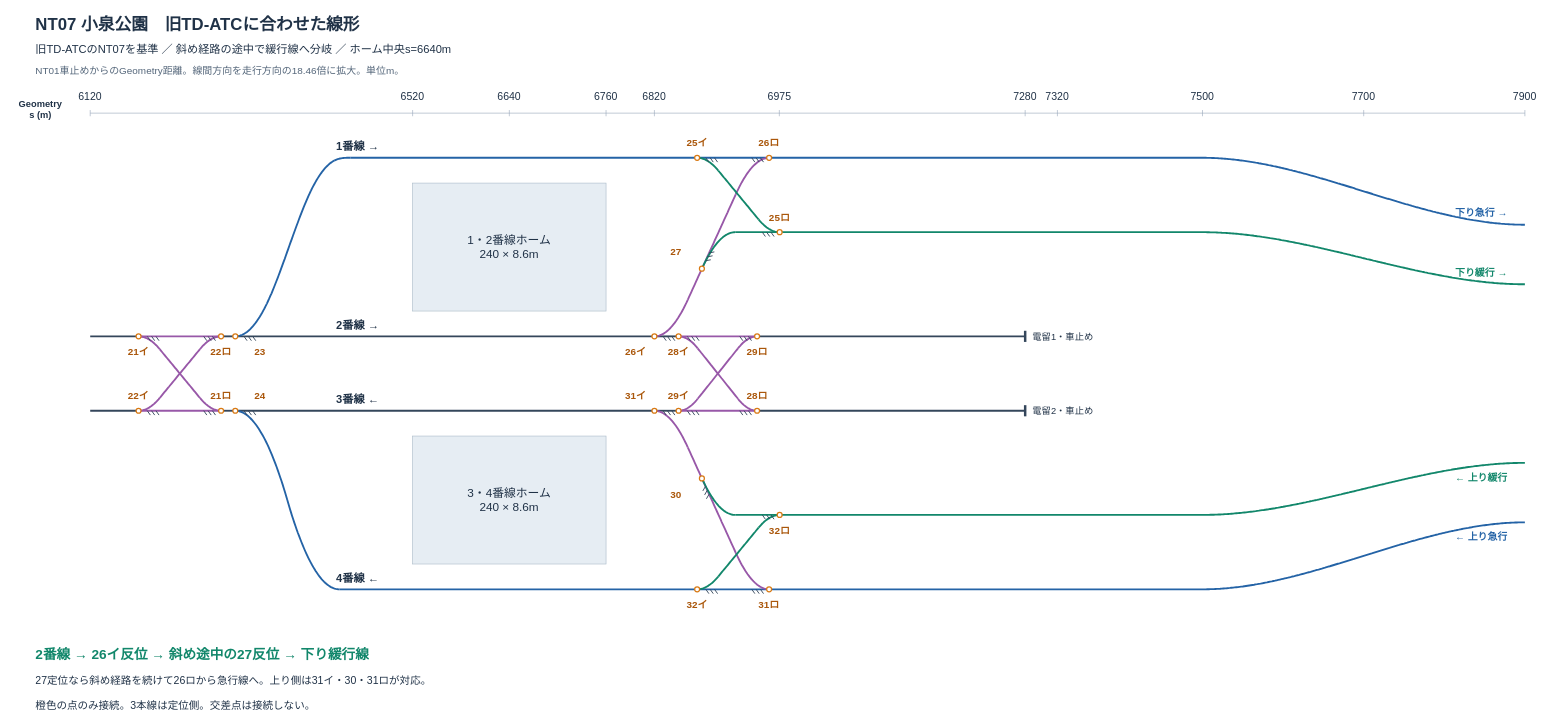
The draw.io diagram page "NT07 01 全体" (1 of 2) of Documentation/Track/NtLine/Alignment/NT07/NT07線形図.drawio in neko3141592/Nakatetsu, before the edit. Source tidied: cells renumbered, new cells numbered last; positions are measured from the earlier drawing's top-left corner, leaving out a move shared by most shapes. Both pictures are drawn from the tidied source at 62%, with x=0, y=0 at pixel (11, 11).
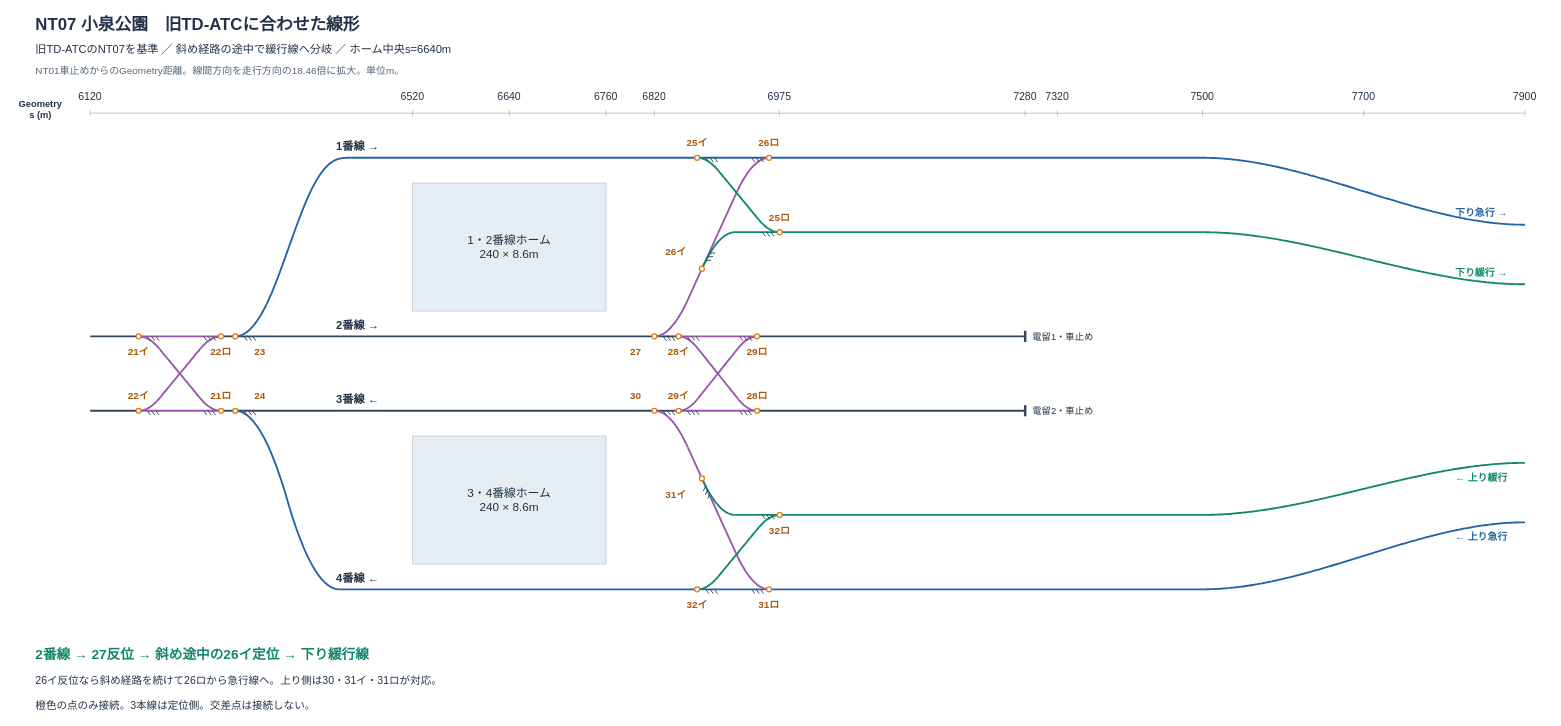
The same diagram, later.

What changed in the source:
```diff
@@
-    <mxCell id="114" value="26イ" style="text;html=0;whiteSpace=wrap;overflow=hidden;strokeColor=none;fillColor=none;align=center;verticalAlign=middle;fontFamily=Hiragino Sans;fontColor=#aa570b;fontSize=16;fontStyle=1;" parent="1" vertex="1">
+    <mxCell id="114" value="27" style="text;html=0;whiteSpace=wrap;overflow=hidden;strokeColor=none;fillColor=none;align=center;verticalAlign=middle;fontFamily=Hiragino Sans;fontColor=#aa570b;fontSize=16;fontStyle=1;" parent="1" vertex="1">
       <mxGeometry x="980" y="535" width="56" height="29" as="geometry" />
     </mxCell>
@@
-    <mxCell id="129" value="27" style="text;html=0;whiteSpace=wrap;overflow=hidden;strokeColor=none;fillColor=none;align=center;verticalAlign=middle;fontFamily=Hiragino Sans;fontColor=#aa570b;fontSize=16;fontStyle=1;" parent="1" vertex="1">
+    <mxCell id="129" value="26イ" style="text;html=0;whiteSpace=wrap;overflow=hidden;strokeColor=none;fillColor=none;align=center;verticalAlign=middle;fontFamily=Hiragino Sans;fontColor=#aa570b;fontSize=16;fontStyle=1;" parent="1" vertex="1">
       <mxGeometry x="1044.6" y="374.9" width="56" height="29" as="geometry" />
     </mxCell>
     <mxCell id="130" style="edgeStyle=none;rounded=0;html=0;startArrow=none;endArrow=none;strokeColor=#34465b;strokeWidth=1.5;" parent="1" edge="1">
       <mxGeometry relative="1" as="geometry">
-        <mxPoint x="1120.4" y="403.1" as="sourcePoint" />
-        <mxPoint x="1128.9" y="401.5" as="targetPoint" />
+        <mxPoint x="1120.7" y="403.3" as="sourcePoint" />
+        <mxPoint x="1129.2" y="402.1" as="targetPoint" />
       </mxGeometry>
     </mxCell>
     <mxCell id="131" style="edgeStyle=none;rounded=0;html=0;startArrow=none;endArrow=none;strokeColor=#34465b;strokeWidth=1.5;" parent="1" edge="1">
       <mxGeometry relative="1" as="geometry">
-        <mxPoint x="1123.3" y="396.8" as="sourcePoint" />
-        <mxPoint x="1131.8" y="395.1" as="targetPoint" />
+        <mxPoint x="1124" y="397.1" as="sourcePoint" />
+        <mxPoint x="1132.5" y="396.1" as="targetPoint" />
       </mxGeometry>
     </mxCell>
     <mxCell id="132" style="edgeStyle=none;rounded=0;html=0;startArrow=none;endArrow=none;strokeColor=#34465b;strokeWidth=1.5;" parent="1" edge="1">
       <mxGeometry relative="1" as="geometry">
-        <mxPoint x="1126.2" y="390.4" as="sourcePoint" />
-        <mxPoint x="1134.7" y="388.8" as="targetPoint" />
+        <mxPoint x="1127.5" y="391" as="sourcePoint" />
+        <mxPoint x="1136.1" y="390.3" as="targetPoint" />
       </mxGeometry>
     </mxCell>
@@
-    <mxCell id="139" value="31イ" style="text;html=0;whiteSpace=wrap;overflow=hidden;strokeColor=none;fillColor=none;align=center;verticalAlign=middle;fontFamily=Hiragino Sans;fontColor=#aa570b;fontSize=16;fontStyle=1;" parent="1" vertex="1">
+    <mxCell id="139" value="30" style="text;html=0;whiteSpace=wrap;overflow=hidden;strokeColor=none;fillColor=none;align=center;verticalAlign=middle;fontFamily=Hiragino Sans;fontColor=#aa570b;fontSize=16;fontStyle=1;" parent="1" vertex="1">
       <mxGeometry x="980" y="606" width="56" height="29" as="geometry" />
     </mxCell>
@@
-    <mxCell id="154" value="30" style="text;html=0;whiteSpace=wrap;overflow=hidden;strokeColor=none;fillColor=none;align=center;verticalAlign=middle;fontFamily=Hiragino Sans;fontColor=#aa570b;fontSize=16;fontStyle=1;" parent="1" vertex="1">
+    <mxCell id="154" value="31イ" style="text;html=0;whiteSpace=wrap;overflow=hidden;strokeColor=none;fillColor=none;align=center;verticalAlign=middle;fontFamily=Hiragino Sans;fontColor=#aa570b;fontSize=16;fontStyle=1;" parent="1" vertex="1">
       <mxGeometry x="1044.6" y="765.1" width="56" height="29" as="geometry" />
     </mxCell>
     <mxCell id="155" style="edgeStyle=none;rounded=0;html=0;startArrow=none;endArrow=none;strokeColor=#34465b;strokeWidth=1.5;" parent="1" edge="1">
       <mxGeometry relative="1" as="geometry">
-        <mxPoint x="1120.4" y="766.9" as="sourcePoint" />
-        <mxPoint x="1116.1" y="774.3" as="targetPoint" />
+        <mxPoint x="1120.7" y="766.7" as="sourcePoint" />
+        <mxPoint x="1116.8" y="774.4" as="targetPoint" />
       </mxGeometry>
     </mxCell>
     <mxCell id="156" style="edgeStyle=none;rounded=0;html=0;startArrow=none;endArrow=none;strokeColor=#34465b;strokeWidth=1.5;" parent="1" edge="1">
       <mxGeometry relative="1" as="geometry">
-        <mxPoint x="1123.3" y="773.2" as="sourcePoint" />
-        <mxPoint x="1119" y="780.7" as="targetPoint" />
+        <mxPoint x="1124" y="772.9" as="sourcePoint" />
+        <mxPoint x="1120.2" y="780.6" as="targetPoint" />
       </mxGeometry>
     </mxCell>
     <mxCell id="157" style="edgeStyle=none;rounded=0;html=0;startArrow=none;endArrow=none;strokeColor=#34465b;strokeWidth=1.5;" parent="1" edge="1">
       <mxGeometry relative="1" as="geometry">
-        <mxPoint x="1126.2" y="779.6" as="sourcePoint" />
-        <mxPoint x="1121.9" y="787" as="targetPoint" />
+        <mxPoint x="1127.5" y="779" as="sourcePoint" />
+        <mxPoint x="1124" y="786.8" as="targetPoint" />
       </mxGeometry>
     </mxCell>
@@
-    <mxCell id="195" value="2番線 → 26イ反位 → 斜め途中の27反位 → 下り緩行線" style="text;html=0;whiteSpace=wrap;overflow=hidden;strokeColor=none;fillColor=none;align=left;verticalAlign=middle;fontFamily=Hiragino Sans;fontColor=#12876b;fontSize=22;fontStyle=1;" parent="1" vertex="1">
+    <mxCell id="195" value="2番線 → 27反位 → 斜め途中の26イ定位 → 下り緩行線" style="text;html=0;whiteSpace=wrap;overflow=hidden;strokeColor=none;fillColor=none;align=left;verticalAlign=middle;fontFamily=Hiragino Sans;fontColor=#12876b;fontSize=22;fontStyle=1;" parent="1" vertex="1">
       <mxGeometry x="38" y="1020" width="1650" height="38" as="geometry" />
     </mxCell>
-    <mxCell id="196" value="27定位なら斜め経路を続けて26ロから急行線へ。上り側は31イ・30・31ロが対応。" style="text;html=0;whiteSpace=wrap;overflow=hidden;strokeColor=none;fillColor=none;align=left;verticalAlign=middle;fontFamily=Hiragino Sans;fontColor=#203247;fontSize=17;fontStyle=0;" parent="1" vertex="1">
+    <mxCell id="196" value="26イ反位なら斜め経路を続けて26ロから急行線へ。上り側は30・31イ・31ロが対応。" style="text;html=0;whiteSpace=wrap;overflow=hidden;strokeColor=none;fillColor=none;align=left;verticalAlign=middle;fontFamily=Hiragino Sans;fontColor=#203247;fontSize=17;fontStyle=0;" parent="1" vertex="1">
       <mxGeometry x="38" y="1067" width="1700" height="30" as="geometry" />
     </mxCell>
```
